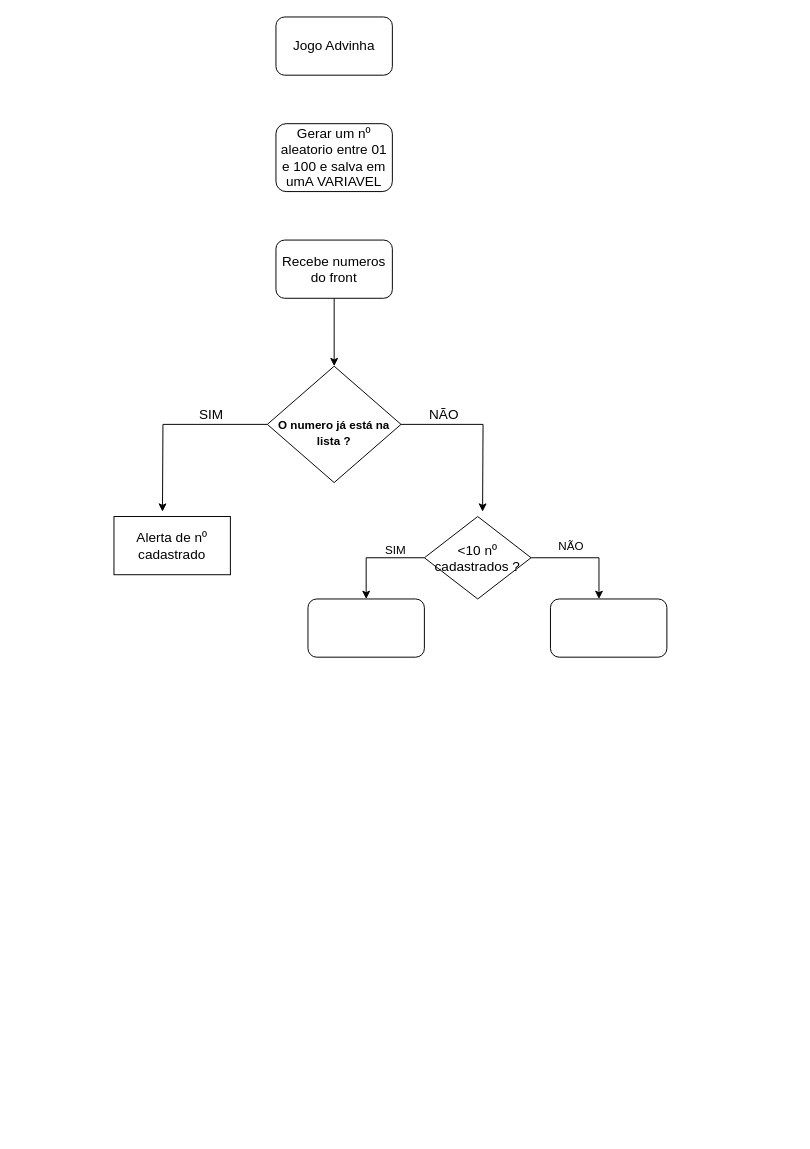
Before: Diagrama sem nome.drawio in Outercrescent3/Desafio-do-jogo-de-adivinha, a draw.io diagram. Source tidied: cells renumbered, new cells numbered last; positions are measured from the earlier drawing's top-left corner, leaving out a move shared by most shapes. Both pictures are drawn from the tidied source at 97%, with x=0, y=0 at pixel (113, 16).
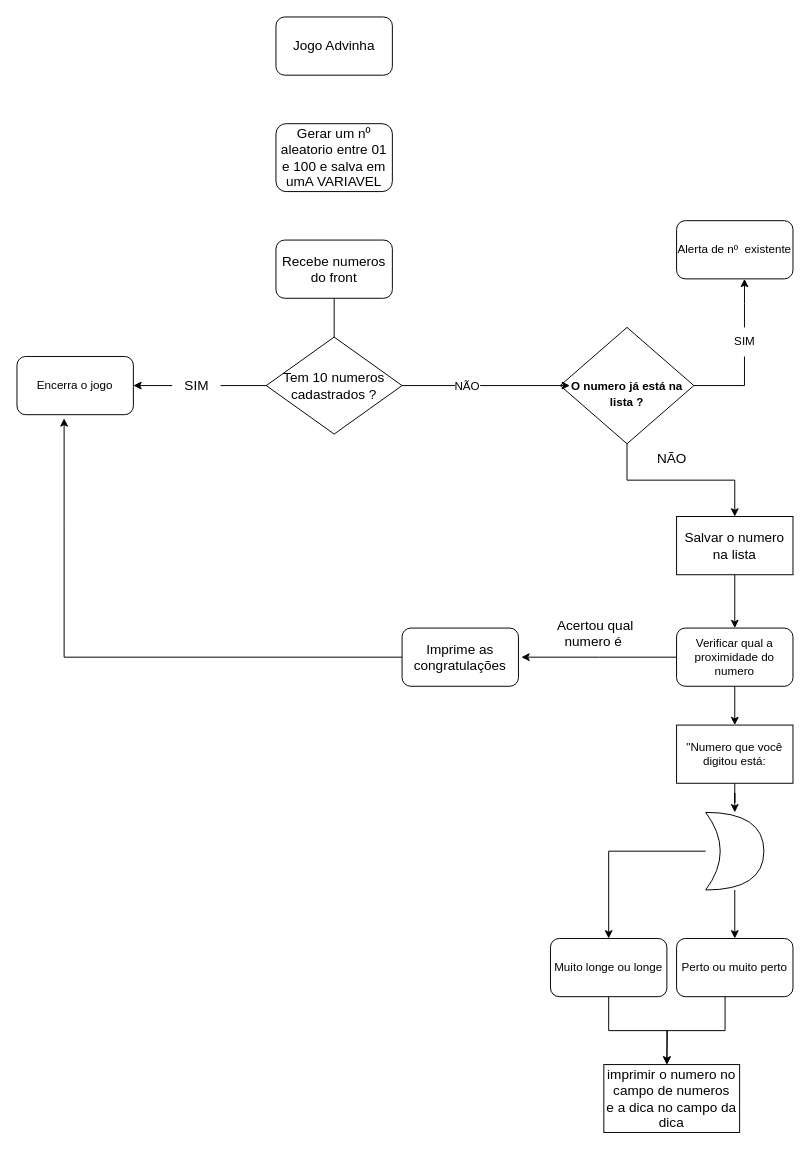
The same diagram, later.

Diff of the diagram source:
```diff
@@
-    <mxCell id="6" style="edgeStyle=orthogonalEdgeStyle;rounded=0;jettySize=auto;html=1;fontSize=14;" parent="1" edge="1" source="8">
-      <mxGeometry relative="1" as="geometry">
-        <mxPoint x="50" y="510" as="targetPoint" />
-      </mxGeometry>
-    </mxCell>
-    <mxCell id="7" style="edgeStyle=orthogonalEdgeStyle;rounded=0;jettySize=auto;html=1;fontSize=12;" parent="1" edge="1" source="8">
+    <mxCell id="7" style="edgeStyle=orthogonalEdgeStyle;rounded=0;jettySize=auto;html=1;fontSize=12;startArrow=none;" parent="1" edge="1" source="17">
       <mxGeometry relative="1" as="geometry">
-        <mxPoint x="380" y="510" as="targetPoint" />
+        <mxPoint x="650" y="270" as="targetPoint" />
       </mxGeometry>
     </mxCell>
+    <mxCell id="19" style="edgeStyle=orthogonalEdgeStyle;rounded=0;jettySize=auto;html=1;fontSize=12;" parent="1" edge="1" source="8" target="10">
+      <mxGeometry relative="1" as="geometry" />
+    </mxCell>
     <mxCell id="8" value="&lt;font style=&quot;font-size: 12px;&quot;&gt;&lt;b&gt;&lt;br&gt;O numero já está na lista ?&lt;/b&gt;&lt;/font&gt;" style="rhombus;whiteSpace=wrap;html=1;fontSize=14;align=center;" parent="1" vertex="1">
-      <mxGeometry x="158.1" y="360" width="137.8" height="120" as="geometry" />
+      <mxGeometry x="460" y="320" width="137.8" height="120" as="geometry" />
     </mxCell>
-    <mxCell id="9" value="SIM" style="text;html=1;align=center;verticalAlign=middle;points=[];strokeColor=none;fillColor=none;fontSize=14;" parent="1" vertex="1">
-      <mxGeometry x="75" y="395" width="50" height="30" as="geometry" />
-    </mxCell>
-    <mxCell id="10" value="Alerta de nº cadastrado" style="rounded=0;whiteSpace=wrap;html=1;fontSize=14;" parent="1" vertex="1">
-      <mxGeometry y="515" width="120" height="60" as="geometry" />
-    </mxCell>
-    <mxCell id="11" value="&lt;font style=&quot;font-size: 14px;&quot;&gt;NÃO&lt;/font&gt;" style="text;html=1;align=center;verticalAlign=middle;strokeColor=none;fillColor=none;fontSize=12;" parent="1" vertex="1">
-      <mxGeometry x="315" y="395" width="50" height="30" as="geometry" />
-    </mxCell>
-    <mxCell id="12" style="edgeStyle=orthogonalEdgeStyle;rounded=0;jettySize=auto;html=1;exitX=0;exitY=0.5;exitDx=0;exitDy=0;fontSize=12;" parent="1" edge="1" source="15" target="16">
+    <mxCell id="12" style="edgeStyle=orthogonalEdgeStyle;rounded=0;jettySize=auto;html=1;exitX=0;exitY=0.5;exitDx=0;exitDy=0;fontSize=12;startArrow=none;" parent="1" edge="1" source="9" target="16">
       <mxGeometry relative="1" as="geometry" />
     </mxCell>
-    <mxCell id="13" style="edgeStyle=orthogonalEdgeStyle;rounded=0;jettySize=auto;html=1;exitX=1;exitY=0.5;exitDx=0;exitDy=0;fontSize=12;" parent="1" edge="1" source="15" target="18">
+    <mxCell id="13" style="edgeStyle=orthogonalEdgeStyle;rounded=0;jettySize=auto;html=1;exitX=1;exitY=0.5;exitDx=0;exitDy=0;fontSize=12;" parent="1" edge="1" source="15">
       <mxGeometry relative="1" as="geometry">
+        <mxPoint x="470" y="380" as="targetPoint" />
         <Array as="points">
-          <mxPoint x="500" y="558" />
+          <mxPoint x="460" y="380" />
+          <mxPoint x="460" y="380" />
         </Array>
       </mxGeometry>
     </mxCell>
     <mxCell id="14" value="NÃO" style="edgeLabel;html=1;align=center;verticalAlign=middle;fontSize=12;" parent="13" vertex="1">
       <mxGeometry x="-0.16" y="3" relative="1" as="geometry">
-        <mxPoint x="-7" y="-9" as="offset" />
+        <mxPoint x="-7" y="3" as="offset" />
       </mxGeometry>
     </mxCell>
-    <mxCell id="15" value="&amp;lt;10 nº cadastrados ?" style="rhombus;whiteSpace=wrap;html=1;fontSize=14;" parent="1" vertex="1">
-      <mxGeometry x="320" y="515" width="110" height="85" as="geometry" />
+    <mxCell id="15" value="Tem 10 numeros cadastrados ?" style="rhombus;whiteSpace=wrap;html=1;fontSize=14;" parent="1" vertex="1">
+      <mxGeometry x="157" y="330" width="140" height="100" as="geometry" />
     </mxCell>
-    <mxCell id="16" style="rounded=1;whiteSpace=wrap;html=1;fontSize=12;" parent="1" vertex="1">
-      <mxGeometry x="200" y="600" width="120" height="60" as="geometry" />
+    <mxCell id="16" value="Encerra o jogo" style="rounded=1;whiteSpace=wrap;html=1;fontSize=12;" parent="1" vertex="1">
+      <mxGeometry x="-100" y="350" width="120" height="60" as="geometry" />
     </mxCell>
+    <mxCell id="9" value="SIM" style="text;html=1;align=center;verticalAlign=middle;points=[];strokeColor=none;fillColor=none;fontSize=14;" parent="1" vertex="1">
+      <mxGeometry x="60" y="365" width="50" height="30" as="geometry" />
+    </mxCell>
+    <mxCell id="20" style="edgeStyle=orthogonalEdgeStyle;rounded=0;jettySize=auto;html=1;exitX=0;exitY=0.5;exitDx=0;exitDy=0;fontSize=12;endArrow=none;" parent="1" edge="1" source="15" target="9">
+      <mxGeometry relative="1" as="geometry" />
+    </mxCell>
     <mxCell id="17" value="SIM" style="text;html=1;align=center;verticalAlign=middle;points=[];strokeColor=none;fillColor=none;fontSize=12;" parent="1" vertex="1">
-      <mxGeometry x="270" y="535" width="40" height="30" as="geometry" />
+      <mxGeometry x="630" y="320" width="40" height="30" as="geometry" />
     </mxCell>
-    <mxCell id="18" style="rounded=1;whiteSpace=wrap;html=1;fontSize=12;" parent="1" vertex="1">
-      <mxGeometry x="450" y="600" width="120" height="60" as="geometry" />
-    </mxCell>
+    <mxCell id="21" style="edgeStyle=orthogonalEdgeStyle;rounded=0;jettySize=auto;html=1;fontSize=12;endArrow=none;" parent="1" edge="1" source="8" target="17">
+      <mxGeometry relative="1" as="geometry">
+        <Array as="points">
+          <mxPoint x="650" y="380" />
+        </Array>
+      </mxGeometry>
+    </mxCell>
+    <mxCell id="22" value="Alerta de nº&amp;nbsp; existente" style="rounded=1;whiteSpace=wrap;html=1;fontSize=12;" parent="1" vertex="1">
+      <mxGeometry x="580" y="210" width="120" height="60" as="geometry" />
+    </mxCell>
+    <mxCell id="11" value="&lt;font style=&quot;font-size: 14px;&quot;&gt;NÃO&lt;/font&gt;" style="text;html=1;align=center;verticalAlign=middle;strokeColor=none;fillColor=none;fontSize=12;" parent="1" vertex="1">
+      <mxGeometry x="550" y="440" width="50" height="30" as="geometry" />
+    </mxCell>
+    <mxCell id="23" style="edgeStyle=orthogonalEdgeStyle;rounded=0;jettySize=auto;html=1;entryX=0.5;entryY=0;entryDx=0;entryDy=0;fontSize=12;exitX=0.5;exitY=1;exitDx=0;exitDy=0;" parent="1" edge="1" source="10" target="35">
+      <mxGeometry relative="1" as="geometry" />
+    </mxCell>
+    <mxCell id="24" style="edgeStyle=orthogonalEdgeStyle;rounded=0;jettySize=auto;html=1;fontSize=12;exitX=0.5;exitY=1;exitDx=0;exitDy=0;" parent="1" edge="1" source="35" target="26">
+      <mxGeometry relative="1" as="geometry" />
+    </mxCell>
+    <mxCell id="10" value="Salvar o numero na lista" style="rounded=0;whiteSpace=wrap;html=1;fontSize=14;" parent="1" vertex="1">
+      <mxGeometry x="580" y="515" width="120" height="60" as="geometry" />
+    </mxCell>
+    <mxCell id="25" style="edgeStyle=orthogonalEdgeStyle;rounded=0;jettySize=auto;html=1;fontSize=12;" parent="1" edge="1" source="26" target="29">
+      <mxGeometry relative="1" as="geometry" />
+    </mxCell>
+    <mxCell id="26" value="&quot;Numero que você digitou está:" style="whiteSpace=wrap;html=1;" parent="1" vertex="1">
+      <mxGeometry x="580" y="730" width="120" height="60" as="geometry" />
+    </mxCell>
+    <mxCell id="27" style="edgeStyle=orthogonalEdgeStyle;rounded=0;jettySize=auto;html=1;fontSize=12;" parent="1" edge="1" source="29" target="31">
+      <mxGeometry relative="1" as="geometry" />
+    </mxCell>
+    <mxCell id="28" style="edgeStyle=orthogonalEdgeStyle;rounded=0;jettySize=auto;html=1;fontSize=12;" parent="1" edge="1" source="29" target="33">
+      <mxGeometry relative="1" as="geometry" />
+    </mxCell>
+    <mxCell id="29" style="shape=xor;whiteSpace=wrap;html=1;fontSize=12;" parent="1" vertex="1">
+      <mxGeometry x="610" y="820" width="60" height="80" as="geometry" />
+    </mxCell>
+    <mxCell id="30" style="edgeStyle=orthogonalEdgeStyle;rounded=0;jettySize=auto;html=1;fontSize=12;" parent="1" edge="1" source="31">
+      <mxGeometry relative="1" as="geometry">
+        <mxPoint x="570" y="1080" as="targetPoint" />
+      </mxGeometry>
+    </mxCell>
+    <mxCell id="31" value="Muito longe ou longe" style="rounded=1;whiteSpace=wrap;html=1;fontSize=12;" parent="1" vertex="1">
+      <mxGeometry x="450" y="950" width="120" height="60" as="geometry" />
+    </mxCell>
+    <mxCell id="32" style="edgeStyle=orthogonalEdgeStyle;rounded=0;jettySize=auto;html=1;fontSize=12;" parent="1" edge="1" source="33">
+      <mxGeometry relative="1" as="geometry">
+        <mxPoint x="570" y="1080" as="targetPoint" />
+        <Array as="points">
+          <mxPoint x="630" y="1045" />
+          <mxPoint x="570" y="1045" />
+        </Array>
+      </mxGeometry>
+    </mxCell>
+    <mxCell id="33" value="Perto ou muito perto" style="rounded=1;whiteSpace=wrap;html=1;fontSize=12;" parent="1" vertex="1">
+      <mxGeometry x="580" y="950" width="120" height="60" as="geometry" />
+    </mxCell>
+    <mxCell id="34" style="edgeStyle=orthogonalEdgeStyle;rounded=0;jettySize=auto;html=1;fontSize=12;" parent="1" edge="1" source="35">
+      <mxGeometry relative="1" as="geometry">
+        <mxPoint x="420" y="660" as="targetPoint" />
+      </mxGeometry>
+    </mxCell>
+    <mxCell id="35" value="Verificar qual a proximidade do numero" style="rounded=1;whiteSpace=wrap;html=1;fontSize=12;" parent="1" vertex="1">
+      <mxGeometry x="580" y="630" width="120" height="60" as="geometry" />
+    </mxCell>
+    <mxCell id="36" value="imprimir o numero no campo de numeros&lt;br&gt;e a dica no campo da dica" style="rounded=0;whiteSpace=wrap;html=1;fontSize=14;" parent="1" vertex="1">
+      <mxGeometry x="505" y="1080" width="140" height="70" as="geometry" />
+    </mxCell>
+    <mxCell id="37" value="&lt;font style=&quot;font-size: 14px;&quot;&gt;Acertou qual numero é&amp;nbsp;&lt;/font&gt;" style="text;html=1;strokeColor=none;fillColor=none;align=center;verticalAlign=middle;whiteSpace=wrap;rounded=0;fontSize=12;" parent="1" vertex="1">
+      <mxGeometry x="450" y="620" width="93" height="30" as="geometry" />
+    </mxCell>
+    <mxCell id="38" style="edgeStyle=orthogonalEdgeStyle;rounded=0;jettySize=auto;html=1;entryX=0.405;entryY=1.063;entryDx=0;entryDy=0;entryPerimeter=0;fontSize=14;" parent="1" edge="1" source="39" target="16">
+      <mxGeometry relative="1" as="geometry" />
+    </mxCell>
+    <mxCell id="39" value="Imprime as congratulações" style="rounded=1;whiteSpace=wrap;html=1;fontSize=14;" parent="1" vertex="1">
+      <mxGeometry x="297" y="630" width="120" height="60" as="geometry" />
+    </mxCell>
```
